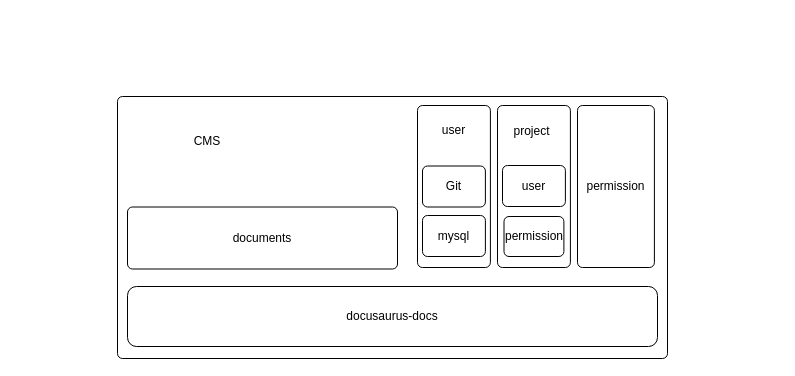
zonewancheng/diagrames keeps this draw.io diagram as page "CMS架构图" (6 of 6) of 工程化体系建设.drawio. Above is the earlier version. Source tidied: cells renumbered, new cells numbered last; positions are measured from the earlier drawing's top-left corner, leaving out a move shared by most shapes. Both pictures are drawn from the tidied source at 100%, with x=0, y=0 at pixel (117, 96).
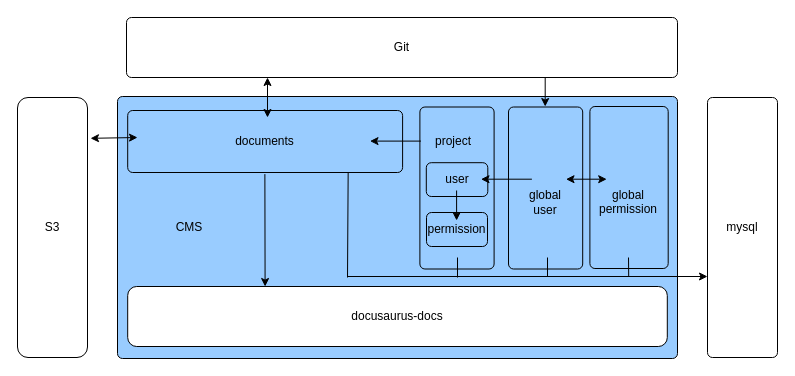
The same diagram, later.

Commit message (it also covers changes not shown here):
更新工程化体系建设.drawio

Diff of the diagram source:
```diff
@@
-    <mxCell id="2" style="rounded=1;absoluteArcSize=1;html=1;arcSize=10;" parent="1" vertex="1">
-      <mxGeometry width="550" height="262" as="geometry" />
+    <mxCell id="2" style="rounded=1;absoluteArcSize=1;html=1;arcSize=10;fillColor=#99CCFF;" parent="1" vertex="1">
+      <mxGeometry width="560" height="262" as="geometry" />
     </mxCell>
     <mxCell id="3" value="CMS" style="html=1;shape=mxgraph.er.anchor;whiteSpace=wrap;" parent="2" vertex="1">
-      <mxGeometry width="180" height="90" as="geometry" />
+      <mxGeometry x="10.2" y="95" width="123.6" height="72" as="geometry" />
     </mxCell>
-    <mxCell id="4" style="rounded=1;absoluteArcSize=1;html=1;arcSize=10;whiteSpace=wrap;strokeColor=inherit;fillColor=inherit;" parent="2" vertex="1">
-      <mxGeometry x="300" y="9" width="72.9" height="162" as="geometry" />
-    </mxCell>
-    <mxCell id="5" value="permission" style="rounded=1;absoluteArcSize=1;html=1;arcSize=10;whiteSpace=wrap;strokeColor=inherit;fillColor=inherit;" parent="2" vertex="1">
-      <mxGeometry x="460" y="9" width="76.9" height="162" as="geometry" />
-    </mxCell>
     <mxCell id="6" style="rounded=1;absoluteArcSize=1;html=1;arcSize=10;whiteSpace=wrap;strokeColor=inherit;fillColor=inherit;" parent="2" vertex="1">
-      <mxGeometry x="380" y="9" width="72.9" height="162" as="geometry" />
+      <mxGeometry x="302.4" y="10.5" width="74.2" height="162" as="geometry" />
     </mxCell>
     <mxCell id="7" value="permission" style="rounded=1;absoluteArcSize=1;html=1;arcSize=10;whiteSpace=wrap;strokeColor=inherit;fillColor=inherit;" parent="2" vertex="1">
-      <mxGeometry x="386.5" y="120" width="59.9" height="40" as="geometry" />
+      <mxGeometry x="309" y="116" width="61" height="34" as="geometry" />
     </mxCell>
     <mxCell id="8" value="project" style="html=1;shape=mxgraph.er.anchor;whiteSpace=wrap;" parent="2" vertex="1">
-      <mxGeometry x="386.5" y="10" width="55" height="50" as="geometry" />
+      <mxGeometry x="307.5" y="20" width="56" height="50" as="geometry" />
     </mxCell>
     <mxCell id="9" value="user" style="rounded=1;absoluteArcSize=1;html=1;arcSize=10;whiteSpace=wrap;strokeColor=inherit;fillColor=inherit;" parent="2" vertex="1">
-      <mxGeometry x="385" y="69" width="62.9" height="41" as="geometry" />
+      <mxGeometry x="308.8" y="66.2" width="61.5" height="33.8" as="geometry" />
     </mxCell>
     <mxCell id="10" value="documents" style="rounded=1;absoluteArcSize=1;html=1;arcSize=10;whiteSpace=wrap;points=[];strokeColor=inherit;fillColor=inherit;" parent="2" vertex="1">
-      <mxGeometry x="10" y="110.5" width="270" height="62" as="geometry" />
+      <mxGeometry x="10.2" y="14" width="274.9" height="62" as="geometry" />
     </mxCell>
+    <mxCell id="14" value="docusaurus-docs" style="rounded=1;whiteSpace=wrap;html=1;" parent="2" vertex="1">
+      <mxGeometry x="10.2" y="190" width="539.6" height="60" as="geometry" />
+    </mxCell>
+    <mxCell id="15" style="endArrow=classic;html=1;rounded=0;exitX=0.499;exitY=1.026;exitDx=0;exitDy=0;exitPerimeter=0;" parent="2" edge="1" source="10">
+      <mxGeometry relative="1" as="geometry">
+        <mxPoint x="147.6" y="190" as="targetPoint" />
+      </mxGeometry>
+    </mxCell>
+    <mxCell id="4" style="rounded=1;absoluteArcSize=1;html=1;arcSize=10;whiteSpace=wrap;strokeColor=inherit;fillColor=inherit;" parent="2" vertex="1">
+      <mxGeometry x="391" y="10.5" width="74.2" height="162" as="geometry" />
+    </mxCell>
+    <mxCell id="12" value="&lt;br&gt;global&lt;br&gt;user" style="html=1;shape=mxgraph.er.anchor;whiteSpace=wrap;" parent="2" vertex="1">
+      <mxGeometry x="400.1" y="74" width="56" height="50" as="geometry" />
+    </mxCell>
+    <mxCell id="5" value="&lt;br&gt;&lt;br&gt;global&lt;br&gt;permission" style="rounded=1;absoluteArcSize=1;html=1;arcSize=10;whiteSpace=wrap;strokeColor=inherit;fillColor=inherit;" parent="2" vertex="1">
+      <mxGeometry x="472.4" y="10" width="78.3" height="162" as="geometry" />
+    </mxCell>
+    <mxCell id="16" style="endArrow=classic;startArrow=classic;html=1;rounded=0;" parent="2" edge="1">
+      <mxGeometry relative="1" as="geometry">
+        <mxPoint x="448.5" y="82.7" as="sourcePoint" />
+        <mxPoint x="489.2" y="82.7" as="targetPoint" />
+      </mxGeometry>
+    </mxCell>
+    <mxCell id="17" style="endArrow=classic;html=1;rounded=0;" parent="2" edge="1">
+      <mxGeometry relative="1" as="geometry">
+        <mxPoint x="427.7" y="-20" as="sourcePoint" />
+        <mxPoint x="427.7" y="10" as="targetPoint" />
+      </mxGeometry>
+    </mxCell>
+    <mxCell id="18" style="endArrow=classic;html=1;rounded=0;" parent="2" edge="1">
+      <mxGeometry relative="1" as="geometry">
+        <mxPoint x="303.4" y="44.6" as="sourcePoint" />
+        <mxPoint x="252.5" y="44.6" as="targetPoint" />
+      </mxGeometry>
+    </mxCell>
+    <mxCell id="19" style="endArrow=classic;html=1;rounded=0;" parent="2" edge="1">
+      <mxGeometry relative="1" as="geometry">
+        <mxPoint x="340" y="180" as="sourcePoint" />
+        <mxPoint x="590" y="180" as="targetPoint" />
+      </mxGeometry>
+    </mxCell>
+    <mxCell id="20" style="endArrow=classic;html=1;rounded=0;" parent="2" edge="1">
+      <mxGeometry relative="1" as="geometry">
+        <mxPoint x="414.4" y="82.7" as="sourcePoint" />
+        <mxPoint x="363.5" y="82.7" as="targetPoint" />
+      </mxGeometry>
+    </mxCell>
+    <mxCell id="21" style="endArrow=classic;html=1;rounded=0;" parent="2" edge="1">
+      <mxGeometry relative="1" as="geometry">
+        <mxPoint x="339.1" y="94" as="sourcePoint" />
+        <mxPoint x="339.1" y="124" as="targetPoint" />
+      </mxGeometry>
+    </mxCell>
+    <mxCell id="22" style="endArrow=none;html=1;rounded=0;" parent="2" edge="1">
+      <mxGeometry relative="1" as="geometry">
+        <mxPoint x="511.2" y="180" as="sourcePoint" />
+        <mxPoint x="511" y="161" as="targetPoint" />
+      </mxGeometry>
+    </mxCell>
+    <mxCell id="23" style="endArrow=none;html=1;rounded=0;" parent="2" edge="1">
+      <mxGeometry relative="1" as="geometry">
+        <mxPoint x="430" y="180" as="sourcePoint" />
+        <mxPoint x="430" y="161" as="targetPoint" />
+      </mxGeometry>
+    </mxCell>
+    <mxCell id="24" style="endArrow=none;html=1;rounded=0;" parent="2" edge="1">
+      <mxGeometry relative="1" as="geometry">
+        <mxPoint x="340" y="181" as="sourcePoint" />
+        <mxPoint x="340" y="161" as="targetPoint" />
+      </mxGeometry>
+    </mxCell>
+    <mxCell id="25" style="endArrow=none;html=1;rounded=0;entryX=0.802;entryY=1.003;entryDx=0;entryDy=0;entryPerimeter=0;" parent="2" edge="1" target="10">
+      <mxGeometry relative="1" as="geometry">
+        <mxPoint x="230" y="181" as="sourcePoint" />
+      </mxGeometry>
+    </mxCell>
+    <mxCell id="26" style="endArrow=none;html=1;rounded=0;" parent="2" edge="1">
+      <mxGeometry relative="1" as="geometry">
+        <mxPoint x="230" y="180" as="sourcePoint" />
+        <mxPoint x="340" y="180" as="targetPoint" />
+      </mxGeometry>
+    </mxCell>
-    <mxCell id="11" value="Git" style="rounded=1;absoluteArcSize=1;html=1;arcSize=10;whiteSpace=wrap;strokeColor=inherit;fillColor=inherit;" parent="2" vertex="1">
-      <mxGeometry x="305" y="69.5" width="62.9" height="41" as="geometry" />
+    <mxCell id="11" value="Git" style="rounded=1;absoluteArcSize=1;html=1;arcSize=10;whiteSpace=wrap;strokeColor=inherit;fillColor=inherit;" parent="1" vertex="1">
+      <mxGeometry x="9" y="-79" width="551" height="60" as="geometry" />
     </mxCell>
-    <mxCell id="12" value="user" style="html=1;shape=mxgraph.er.anchor;whiteSpace=wrap;" parent="2" vertex="1">
-      <mxGeometry x="308.9" y="9" width="55" height="50" as="geometry" />
-    </mxCell>
+    <mxCell id="27" style="endArrow=classic;startArrow=classic;html=1;rounded=0;" parent="1" edge="1">
+      <mxGeometry relative="1" as="geometry">
+        <mxPoint x="150" y="21" as="sourcePoint" />
+        <mxPoint x="150" y="-19" as="targetPoint" />
+      </mxGeometry>
+    </mxCell>
-    <mxCell id="13" value="mysql" style="rounded=1;absoluteArcSize=1;html=1;arcSize=10;whiteSpace=wrap;strokeColor=inherit;fillColor=inherit;" parent="2" vertex="1">
-      <mxGeometry x="305" y="119" width="62.9" height="41" as="geometry" />
+    <mxCell id="13" value="mysql" style="rounded=1;absoluteArcSize=1;html=1;arcSize=10;whiteSpace=wrap;strokeColor=inherit;fillColor=inherit;" parent="1" vertex="1">
+      <mxGeometry x="590" y="1" width="70" height="260" as="geometry" />
     </mxCell>
-    <mxCell id="14" value="docusaurus-docs" style="rounded=1;whiteSpace=wrap;html=1;" parent="2" vertex="1">
-      <mxGeometry x="10" y="190" width="530" height="60" as="geometry" />
-    </mxCell>
+    <mxCell id="28" value="S3" style="rounded=1;whiteSpace=wrap;html=1;" parent="1" vertex="1">
+      <mxGeometry x="-100" y="1" width="70" height="260" as="geometry" />
+    </mxCell>
+    <mxCell id="29" style="endArrow=classic;startArrow=classic;html=1;rounded=0;exitX=1.043;exitY=0.157;exitDx=0;exitDy=0;exitPerimeter=0;" parent="1" edge="1" source="28">
+      <mxGeometry relative="1" as="geometry">
+        <mxPoint x="20" y="41" as="targetPoint" />
+      </mxGeometry>
+    </mxCell>
```
